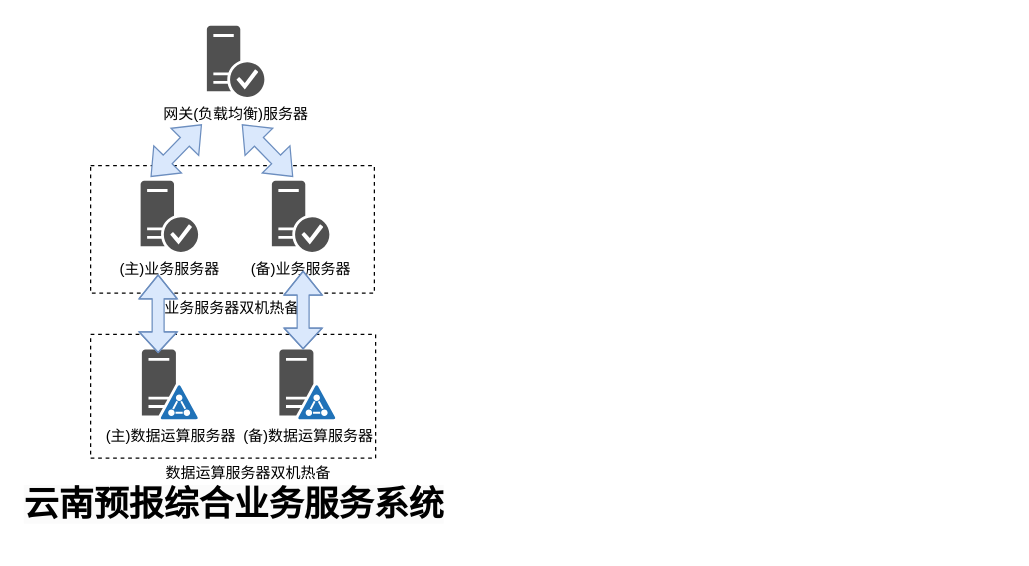
Above: page "第 2 页" (2 of 2) of drawio/eq_network.drawio in raingnight/Blog_Pic (draw.io), before the change. Source tidied: cells renumbered, new cells numbered last; positions are measured from the earlier drawing's top-left corner, leaving out a move shared by most shapes. Both pictures are drawn from the tidied source at 125%, with x=0, y=0 at pixel (21, 25).
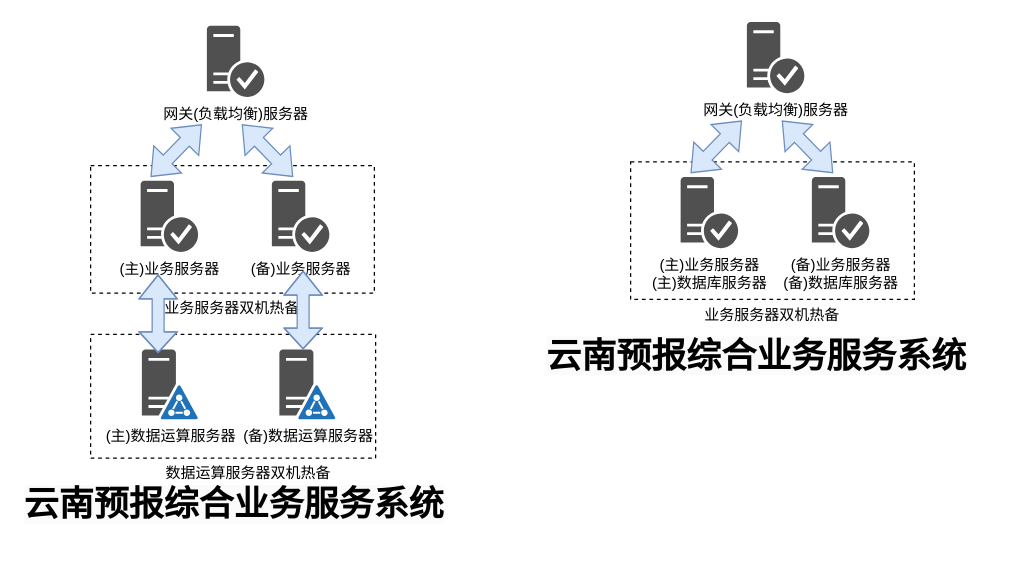
After the change.

Diff of the diagram source:
```diff
@@
+    <mxCell id="16" style="rounded=0;whiteSpace=wrap;html=1;dashed=1;" parent="1" vertex="1">
+      <mxGeometry x="487" y="109" width="227" height="110" as="geometry" />
+    </mxCell>
+    <mxCell id="17" value="(主)业务服务器&lt;br&gt;(主)数据库服务器" style="sketch=0;shadow=0;dashed=0;html=1;strokeColor=none;fillColor=#505050;labelPosition=center;verticalLabelPosition=bottom;verticalAlign=top;align=center;shape=mxgraph.office.security.trusted_application_server;" parent="1" vertex="1">
+      <mxGeometry x="527" y="121" width="46" height="57" as="geometry" />
+    </mxCell>
+    <mxCell id="18" value="(备)业务服务器&lt;br&gt;(备)数据库服务器" style="sketch=0;shadow=0;dashed=0;html=1;strokeColor=none;fillColor=#505050;labelPosition=center;verticalLabelPosition=bottom;verticalAlign=top;align=center;shape=mxgraph.office.security.trusted_application_server;" parent="1" vertex="1">
+      <mxGeometry x="632" y="121" width="46" height="57" as="geometry" />
+    </mxCell>
+    <mxCell id="19" value="业务服务器双机热备" style="text;html=1;strokeColor=none;fillColor=none;align=center;verticalAlign=middle;whiteSpace=wrap;rounded=0;" parent="1" vertex="1">
+      <mxGeometry x="531" y="217" width="139" height="30" as="geometry" />
+    </mxCell>
+    <mxCell id="20" value="网关(负载均衡)服务器" style="sketch=0;shadow=0;dashed=0;html=1;strokeColor=none;fillColor=#505050;labelPosition=center;verticalLabelPosition=bottom;verticalAlign=top;align=center;shape=mxgraph.office.security.trusted_application_server;" parent="1" vertex="1">
+      <mxGeometry x="580" y="-3" width="46" height="57" as="geometry" />
+    </mxCell>
+    <mxCell id="21" value="&lt;span style=&quot;color: rgb(0, 0, 0); font-family: 宋体; font-size: 28px; font-style: normal; font-variant-ligatures: normal; font-variant-caps: normal; font-weight: 700; letter-spacing: normal; orphans: 2; text-align: left; text-indent: 0px; text-transform: none; widows: 2; word-spacing: 0px; -webkit-text-stroke-width: 0px; background-color: rgb(251, 251, 251); text-decoration-thickness: initial; text-decoration-style: initial; text-decoration-color: initial; float: none; display: inline !important;&quot;&gt;云南预报综合业务服务系统&lt;/span&gt;" style="text;whiteSpace=wrap;html=1;" parent="1" vertex="1">
+      <mxGeometry x="417.5" y="241" width="371" height="56" as="geometry" />
+    </mxCell>
+    <mxCell id="22" style="shape=flexArrow;endArrow=classic;startArrow=classic;html=1;rounded=0;fillColor=#dae8fc;strokeColor=#6c8ebf;" parent="1" edge="1">
+      <mxGeometry relative="1" as="geometry">
+        <mxPoint x="535" y="118" as="sourcePoint" />
+        <mxPoint x="576" y="76" as="targetPoint" />
+      </mxGeometry>
+    </mxCell>
+    <mxCell id="23" style="shape=flexArrow;endArrow=classic;startArrow=classic;html=1;rounded=0;fillColor=#dae8fc;strokeColor=#6c8ebf;" parent="1" edge="1">
+      <mxGeometry relative="1" as="geometry">
+        <mxPoint x="608" y="76" as="sourcePoint" />
+        <mxPoint x="649" y="118" as="targetPoint" />
+      </mxGeometry>
+    </mxCell>
```
